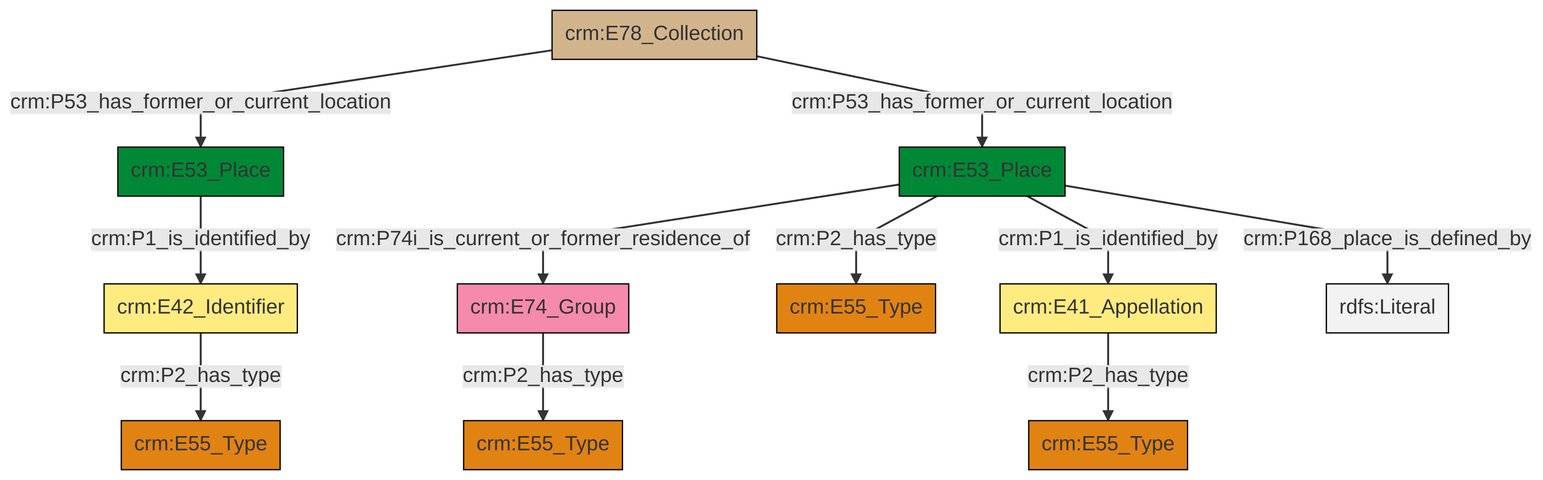
Above: et/archivalCSV/ttl/mmd/png/archival_location.png in swiss-art-research-net/docs.swissartresearch (Mermaid), before the change. Its source is kept beside it as et/archivalCSV/ttl/mmd/archival_location.ttl.mmd.
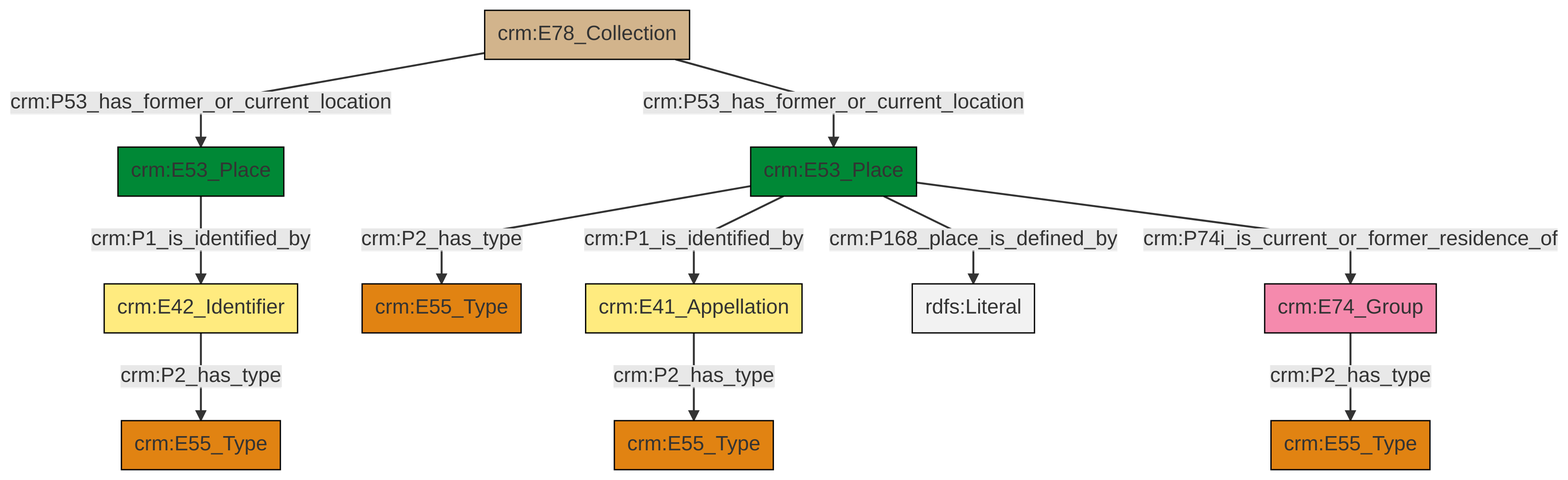
After the commit.

Diff of the diagram source:
```diff
@@ -13,13 +13,13 @@
 classDef PC_Classes fill:#4ce600, stroke:#000000;
 classDef Multi fill:#cccccc,stroke:#000000;
 
-0["crm:E41_Appellation"]:::Appellation -->|crm:P2_has_type| 1["crm:E55_Type"]:::Type
-4["crm:E42_Identifier"]:::Appellation -->|crm:P2_has_type| 5["crm:E55_Type"]:::Type
-7["crm:E78_Collection"]:::Physical_Thing -->|crm:P53_has_former_or_current_location| 8["crm:E53_Place"]:::Place
-2["crm:E53_Place"]:::Place -->|crm:P2_has_type| 10["crm:E55_Type"]:::Type
-2["crm:E53_Place"]:::Place -->|crm:P74i_is_current_or_former_residence_of| 11["crm:E74_Group"]:::Actor
-8["crm:E53_Place"]:::Place -->|crm:P1_is_identified_by| 4["crm:E42_Identifier"]:::Appellation
-2["crm:E53_Place"]:::Place -->|crm:P1_is_identified_by| 0["crm:E41_Appellation"]:::Appellation
-7["crm:E78_Collection"]:::Physical_Thing -->|crm:P53_has_former_or_current_location| 2["crm:E53_Place"]:::Place
-11["crm:E74_Group"]:::Actor -->|crm:P2_has_type| 15["crm:E55_Type"]:::Type
-2["crm:E53_Place"]:::Place -->|crm:P168_place_is_defined_by| 24[rdfs:Literal]:::Literal
+8["crm:E53_Place"]:::Place -->|crm:P1_is_identified_by| 9["crm:E41_Appellation"]:::Appellation
+0["crm:E78_Collection"]:::Physical_Thing -->|crm:P53_has_former_or_current_location| 11["crm:E53_Place"]:::Place
+8["crm:E53_Place"]:::Place -->|crm:P168_place_is_defined_by| 12[rdfs:Literal]:::Literal
+8["crm:E53_Place"]:::Place -->|crm:P2_has_type| 4["crm:E55_Type"]:::Type
+0["crm:E78_Collection"]:::Physical_Thing -->|crm:P53_has_former_or_current_location| 8["crm:E53_Place"]:::Place
+22["crm:E42_Identifier"]:::Appellation -->|crm:P2_has_type| 13["crm:E55_Type"]:::Type
+2["crm:E74_Group"]:::Actor -->|crm:P2_has_type| 6["crm:E55_Type"]:::Type
+8["crm:E53_Place"]:::Place -->|crm:P74i_is_current_or_former_residence_of| 2["crm:E74_Group"]:::Actor
+11["crm:E53_Place"]:::Place -->|crm:P1_is_identified_by| 22["crm:E42_Identifier"]:::Appellation
+9["crm:E41_Appellation"]:::Appellation -->|crm:P2_has_type| 16["crm:E55_Type"]:::Type
```
